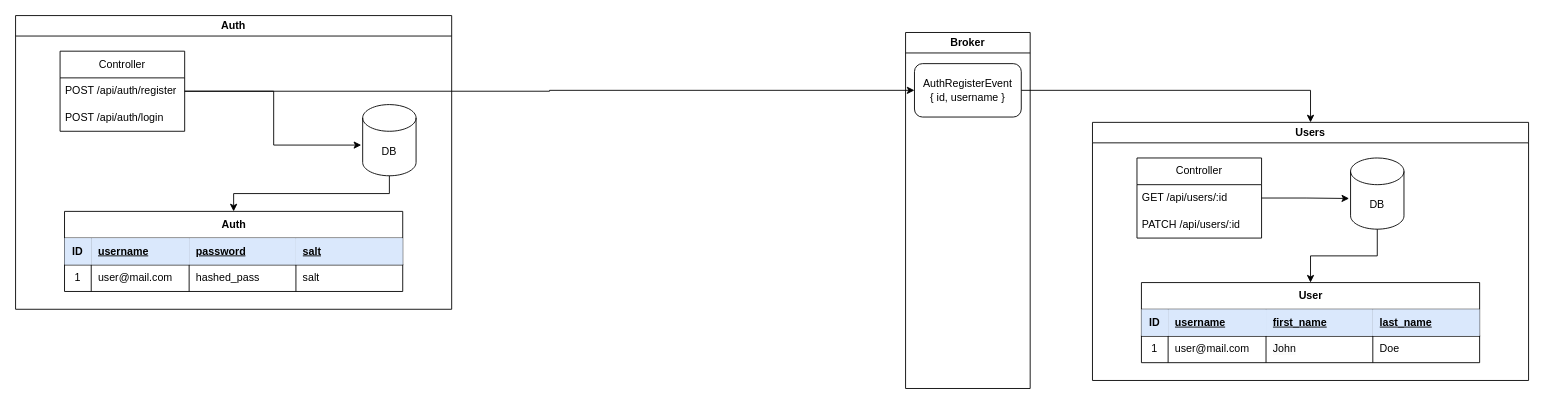
Above: Untitled Diagram.drawio in VladimirChuprazov/diagrams (draw.io), before the change. Source tidied: cells renumbered, new cells numbered last; positions are measured from the earlier drawing's top-left corner, leaving out a move shared by most shapes. Both pictures are drawn from the tidied source at 89%, with x=0, y=0 at pixel (15, 15).
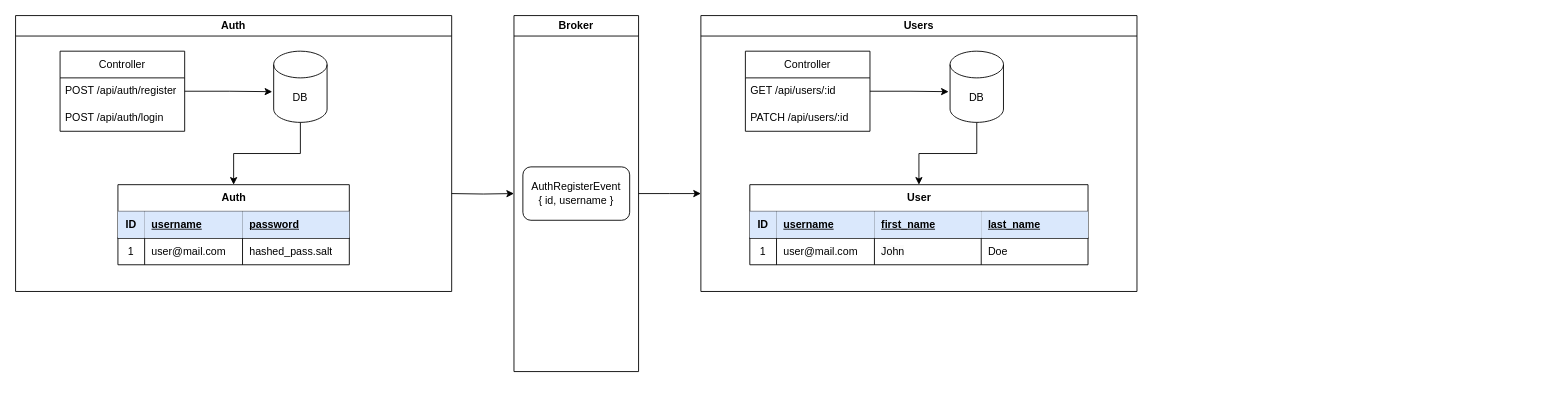
After the change.

Unchanged cells that the change refers to:
```xml
<mxCell id="5" value="POST /api/auth/register" style="text;strokeColor=none;fillColor=none;align=left;verticalAlign=middle;spacingLeft=4;spacingRight=4;overflow=hidden;points=[[0,0.5],[1,0.5]];portConstraint=eastwest;whiteSpace=wrap;html=1;absoluteArcSize=0;" parent="4" vertex="1">
  <mxGeometry y="30" width="140" height="30" as="geometry" />
</mxCell>
```

Diff of the diagram source:
```diff
@@
+    <mxCell id="42" style="edgeStyle=orthogonalEdgeStyle;rounded=0;jettySize=auto;html=1;entryX=0;entryY=0.5;entryDx=0;entryDy=0;" parent="1" edge="1" target="21">
+      <mxGeometry relative="1" as="geometry">
+        <mxPoint x="490" y="200" as="sourcePoint" />
+      </mxGeometry>
+    </mxCell>
     <mxCell id="2" value="Auth" style="swimlane;whiteSpace=wrap;html=1;" parent="1" vertex="1">
-      <mxGeometry width="490" height="330" as="geometry" />
+      <mxGeometry width="490" height="310" as="geometry" />
     </mxCell>
     <mxCell id="3" value="DB" style="shape=cylinder3;whiteSpace=wrap;html=1;boundedLbl=1;backgroundOutline=1;size=15;" parent="2" vertex="1">
-      <mxGeometry x="390" y="100" width="60" height="80" as="geometry" />
+      <mxGeometry x="290" y="40" width="60" height="80" as="geometry" />
     </mxCell>
@@
     <mxCell id="8" value="Auth" style="shape=table;startSize=30;childLayout=tableLayout;rowLines=1;fontStyle=1;align=center;html=1;resizeLastRow=0;absoluteArcSize=0;noLabel=0;portConstraintRotation=0;snapToPoint=0;fixDash=0;perimeter=rectanglePerimeter;backgroundOutline=0;movableLabel=0;fixedWidth=0;enumerate=0;" parent="2" vertex="1">
-      <mxGeometry x="55" y="220" width="380" height="90" as="geometry" />
+      <mxGeometry x="115" y="190" width="260" height="90" as="geometry" />
     </mxCell>
     <mxCell id="9" style="shape=tableRow;horizontal=0;startSize=0;swimlaneHead=0;swimlaneBody=0;fillColor=none;top=0;left=0;right=0;bottom=1;" parent="8" vertex="1">
-      <mxGeometry y="30" width="380" height="30" as="geometry" />
+      <mxGeometry y="30" width="260" height="30" as="geometry" />
     </mxCell>
@@
-    <mxCell id="13" value="salt" style="shape=partialRectangle;fillColor=#dae8fc;top=0;left=0;bottom=0;right=0;align=left;spacingLeft=6;fontStyle=5;overflow=hidden;whiteSpace=wrap;html=1;strokeColor=#6c8ebf;" parent="9" vertex="1">
-      <mxGeometry x="260" width="120" height="30" as="geometry" />
-    </mxCell>
     <mxCell id="14" style="shape=tableRow;horizontal=0;startSize=0;swimlaneHead=0;swimlaneBody=0;fillColor=none;top=0;left=0;right=0;bottom=0;" parent="8" vertex="1">
-      <mxGeometry y="60" width="380" height="30" as="geometry" />
+      <mxGeometry y="60" width="260" height="30" as="geometry" />
     </mxCell>
@@
-    <mxCell id="17" value="hashed_pass" style="shape=partialRectangle;fillColor=none;top=0;left=0;bottom=0;right=0;align=left;spacingLeft=6;overflow=hidden;whiteSpace=wrap;html=1;" parent="14" vertex="1">
+    <mxCell id="17" value="hashed_pass.salt" style="shape=partialRectangle;fillColor=none;top=0;left=0;bottom=0;right=0;align=left;spacingLeft=6;overflow=hidden;whiteSpace=wrap;html=1;" parent="14" vertex="1">
       <mxGeometry x="140" width="120" height="30" as="geometry" />
     </mxCell>
-    <mxCell id="18" value="salt" style="shape=partialRectangle;fillColor=none;top=0;left=0;bottom=0;right=0;align=left;spacingLeft=6;overflow=hidden;whiteSpace=wrap;html=1;" parent="14" vertex="1">
-      <mxGeometry x="260" width="120" height="30" as="geometry" />
-    </mxCell>
@@
-    <mxCell id="20" style="edgeStyle=orthogonalEdgeStyle;rounded=0;jettySize=auto;html=1;entryX=0;entryY=0.5;entryDx=0;entryDy=0;" parent="1" edge="1" source="5" target="22">
-      <mxGeometry relative="1" as="geometry" />
-    </mxCell>
+    <mxCell id="43" style="edgeStyle=orthogonalEdgeStyle;rounded=0;jettySize=auto;html=1;" parent="1" edge="1" source="21">
+      <mxGeometry relative="1" as="geometry">
+        <mxPoint x="770" y="200" as="targetPoint" />
+      </mxGeometry>
+    </mxCell>
     <mxCell id="21" value="Broker" style="swimlane;whiteSpace=wrap;html=1;" parent="1" vertex="1">
-      <mxGeometry x="1000" y="19" width="140" height="400" as="geometry" />
+      <mxGeometry x="560" width="140" height="400" as="geometry" />
     </mxCell>
     <mxCell id="22" value="AuthRegisterEvent&lt;br&gt;{ id, username }" style="rounded=1;whiteSpace=wrap;html=1;" parent="21" vertex="1">
-      <mxGeometry x="10" y="35" width="120" height="60" as="geometry" />
+      <mxGeometry x="10" y="170" width="120" height="60" as="geometry" />
     </mxCell>
     <mxCell id="23" value="Users" style="swimlane;whiteSpace=wrap;html=1;" parent="1" vertex="1">
-      <mxGeometry x="1210" y="120" width="490" height="290" as="geometry" />
+      <mxGeometry x="770" width="490" height="310" as="geometry" />
     </mxCell>
     <mxCell id="24" value="DB" style="shape=cylinder3;whiteSpace=wrap;html=1;boundedLbl=1;backgroundOutline=1;size=15;" parent="23" vertex="1">
-      <mxGeometry x="290" y="40" width="60" height="80" as="geometry" />
+      <mxGeometry x="280" y="40" width="60" height="80" as="geometry" />
     </mxCell>
@@
     <mxCell id="29" value="User" style="shape=table;startSize=30;childLayout=tableLayout;rowLines=1;fontStyle=1;align=center;html=1;resizeLastRow=0;absoluteArcSize=0;noLabel=0;portConstraintRotation=0;snapToPoint=0;fixDash=0;perimeter=rectanglePerimeter;backgroundOutline=0;movableLabel=0;fixedWidth=0;enumerate=0;" parent="23" vertex="1">
-      <mxGeometry x="55" y="180" width="380" height="90" as="geometry" />
+      <mxGeometry x="55" y="190" width="380" height="90" as="geometry" />
     </mxCell>
@@
-    <mxCell id="41" style="edgeStyle=orthogonalEdgeStyle;rounded=0;jettySize=auto;html=1;" parent="1" edge="1" source="22" target="23">
-      <mxGeometry relative="1" as="geometry" />
-    </mxCell>
```
